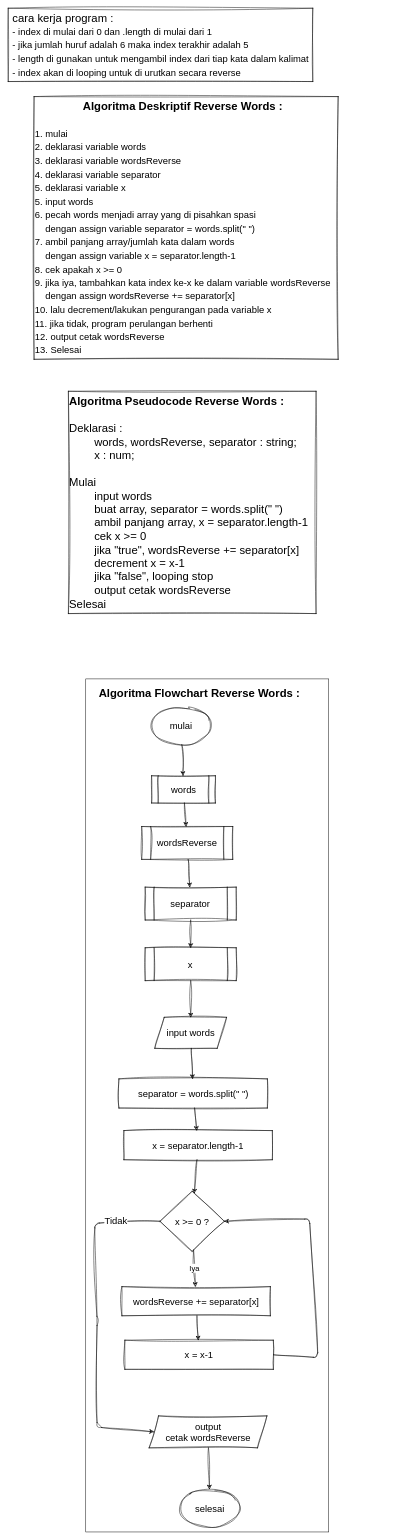
Above: page "reverse words" (2 of 2) of 6-palindrom-reverse-word.drawio in xel26/fwg17-computer-science (draw.io), before the change. Source tidied: cells renumbered, new cells numbered last; positions are measured from the earlier drawing's top-left corner, leaving out a move shared by most shapes. Both pictures are drawn from the tidied source at 47%, with x=0, y=0 at pixel (8, 8).
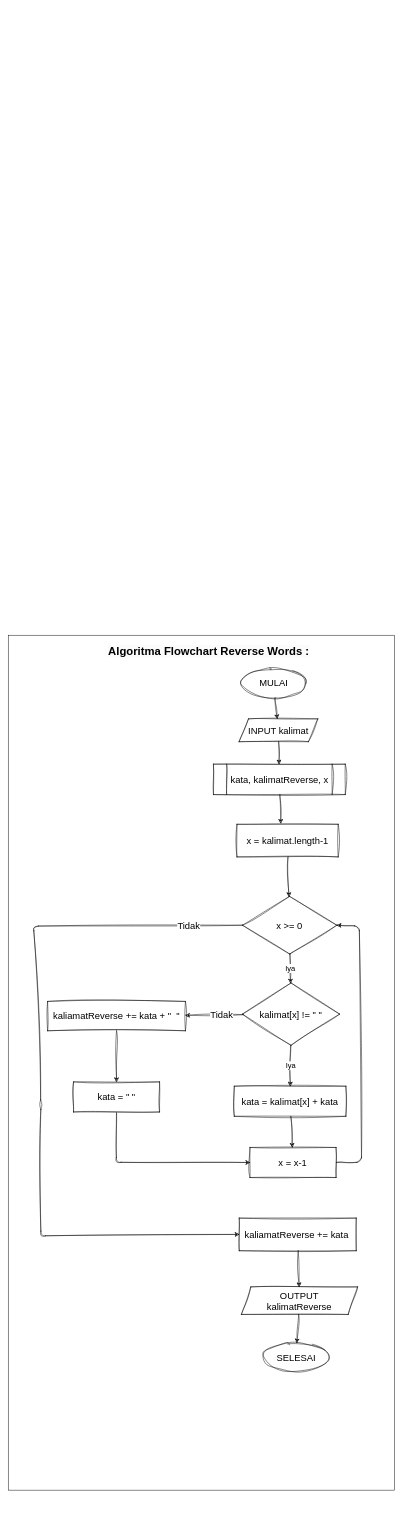
The same page after the edit.

The edit, as a diff of the source:
```diff
@@
-    <mxCell id="2" value="&lt;div style=&quot;text-align: center;&quot;&gt;&lt;b style=&quot;background-color: initial;&quot;&gt;Algoritma Deskriptif Reverse Words :&lt;/b&gt;&lt;/div&gt;&lt;div style=&quot;text-align: center;&quot;&gt;&lt;br&gt;&lt;/div&gt;&lt;font style=&quot;font-size: 20px;&quot;&gt;1. mulai&lt;br&gt;2. deklarasi variable words&lt;br&gt;3. deklarasi variable wordsReverse&lt;br&gt;4. deklarasi variable separator&lt;br&gt;5. deklarasi variable x&lt;br&gt;5. input words&lt;br&gt;6. pecah words menjadi array yang di pisahkan spasi&lt;br&gt;&amp;nbsp; &amp;nbsp; dengan assign variable separator = words.split(&quot; &quot;)&lt;br&gt;7. ambil panjang array/jumlah kata dalam words&lt;br&gt;&amp;nbsp; &amp;nbsp; dengan assign variable x = separator.length-1&lt;br&gt;8. cek apakah x &amp;gt;= 0&lt;br&gt;9. jika iya, tambahkan kata index ke-x ke dalam variable wordsReverse&lt;br&gt;&amp;nbsp; &amp;nbsp; dengan assign wordsReverse += separator[x]&lt;br&gt;10. lalu decrement/lakukan pengurangan pada variable x&lt;br&gt;11. jika tidak, program perulangan berhenti&lt;br&gt;12. output cetak wordsReverse&lt;br&gt;13. Selesai&lt;/font&gt;" style="text;html=1;align=left;verticalAlign=middle;strokeColor=default;fillColor=none;fontSize=24;fontFamily=Helvetica;sketch=1;hachureGap=4;jiggle=2;curveFitting=1;perimeterSpacing=0;strokeWidth=1;" parent="1" vertex="1">
-      <mxGeometry x="55" y="188" width="647" height="559" as="geometry" />
-    </mxCell>
-    <mxCell id="3" value="&lt;font style=&quot;font-size: 24px;&quot; face=&quot;Helvetica&quot;&gt;&lt;b&gt;Algoritma Pseudocode Reverse Words :&lt;br&gt;&lt;/b&gt;&lt;br&gt;Deklarasi :&lt;br&gt;&lt;span style=&quot;white-space: pre;&quot;&gt;&#9;&lt;/span&gt;words, wordsReverse, separator : string;&lt;br&gt;&lt;span style=&quot;white-space: pre;&quot;&gt;&#9;&lt;/span&gt;x : num;&lt;br&gt;&lt;br&gt;Mulai&lt;br&gt;&lt;span style=&quot;white-space: pre;&quot;&gt;&#9;&lt;/span&gt;input words&lt;br&gt;&lt;span style=&quot;white-space: pre;&quot;&gt;&#9;&lt;/span&gt;buat array, separator = words.split(&quot; &quot;)&lt;br&gt;&lt;span style=&quot;white-space: pre;&quot;&gt;&#9;&lt;/span&gt;ambil panjang array, x = separator.length-1&lt;br&gt;&lt;span style=&quot;white-space: pre;&quot;&gt;&#9;&lt;/span&gt;cek x &amp;gt;= 0&lt;br&gt;&lt;span style=&quot;white-space: pre;&quot;&gt;&#9;&lt;/span&gt;jika &quot;true&quot;, wordsReverse += separator[x]&lt;br&gt;&lt;span style=&quot;white-space: pre;&quot;&gt;&#9;&lt;/span&gt;decrement x = x-1&lt;br&gt;&lt;span style=&quot;white-space: pre;&quot;&gt;&#9;&lt;/span&gt;jika &quot;false&quot;, looping stop&lt;br&gt;&lt;span style=&quot;white-space: pre;&quot;&gt;&#9;&lt;/span&gt;output cetak wordsReverse&lt;br&gt;Selesai&lt;br&gt;&lt;/font&gt;" style="text;html=1;align=left;verticalAlign=middle;strokeColor=default;fillColor=none;fontSize=20;fontFamily=Architects Daughter;sketch=1;hachureGap=4;jiggle=2;curveFitting=1;" parent="1" vertex="1">
-      <mxGeometry x="128" y="815" width="527" height="473" as="geometry" />
-    </mxCell>
-    <mxCell id="4" value="&lt;div style=&quot;text-align: left;&quot;&gt;&lt;span style=&quot;background-color: initial;&quot;&gt;cara kerja program :&lt;/span&gt;&lt;/div&gt;&lt;div style=&quot;text-align: left;&quot;&gt;&lt;span style=&quot;font-size: 20px; background-color: initial;&quot;&gt;- index di mulai dari 0 dan .length di mulai dari 1&lt;/span&gt;&lt;/div&gt;&lt;div style=&quot;text-align: left;&quot;&gt;&lt;span style=&quot;font-size: 20px;&quot;&gt;- jika jumlah huruf adalah 6 maka index terakhir adalah 5&lt;/span&gt;&lt;span style=&quot;font-size: 20px; background-color: initial;&quot;&gt;&lt;br&gt;&lt;/span&gt;&lt;/div&gt;&lt;span style=&quot;font-size: 20px; text-align: left;&quot;&gt;- length di gunakan untuk mengambil index dari tiap kata dalam kalimat&lt;/span&gt;&lt;br style=&quot;border-color: var(--border-color); font-size: 20px; text-align: left;&quot;&gt;&lt;div style=&quot;text-align: left;&quot;&gt;&lt;span style=&quot;font-size: 20px; background-color: initial;&quot;&gt;- index akan di looping untuk di urutkan secara reverse&lt;/span&gt;&lt;/div&gt;" style="text;html=1;align=center;verticalAlign=middle;strokeColor=default;fillColor=none;fontSize=24;fontFamily=Helvetica;sketch=1;hachureGap=4;jiggle=2;curveFitting=1;" parent="1" vertex="1">
-      <mxGeometry width="648" height="156" as="geometry" />
-    </mxCell>
-    <mxCell id="5" style="group;strokeColor=default;" parent="1" vertex="1">
-      <mxGeometry x="165" y="1427" width="517" height="1815" as="geometry" />
-    </mxCell>
+    <mxCell id="34" style="group;strokeColor=default;" parent="1" vertex="1">
+      <mxGeometry y="1334" width="822" height="1819" as="geometry" />
+    </mxCell>
+    <mxCell id="35" value="&lt;font face=&quot;Helvetica&quot;&gt;MULAI&lt;/font&gt;" style="ellipse;whiteSpace=wrap;html=1;sketch=1;hachureGap=4;jiggle=2;curveFitting=1;fontFamily=Architects Daughter;fontSize=20;" parent="34" vertex="1">
+      <mxGeometry x="494.7" y="70.9" width="140" height="62.4" as="geometry" />
+    </mxCell>
-    <mxCell id="6" value="&lt;b&gt;&lt;font style=&quot;font-size: 24px;&quot;&gt;Algoritma Flowchart Reverse Words :&lt;/font&gt;&lt;/b&gt;" style="text;html=1;align=left;verticalAlign=middle;strokeColor=none;fillColor=none;fontSize=20;fontFamily=Helvetica;sketch=1;hachureGap=4;jiggle=2;curveFitting=1;labelBorderColor=none;" parent="5" vertex="1">
-      <mxGeometry x="26" y="9" width="446" height="41" as="geometry" />
+    <mxCell id="6" value="&lt;b style=&quot;border-color: var(--border-color); color: rgb(0, 0, 0); font-family: Helvetica; font-size: 24px; font-style: normal; font-variant-ligatures: normal; font-variant-caps: normal; letter-spacing: normal; orphans: 2; text-align: left; text-indent: 0px; text-transform: none; widows: 2; word-spacing: 0px; -webkit-text-stroke-width: 0px; background-color: rgb(251, 251, 251); text-decoration-thickness: initial; text-decoration-style: initial; text-decoration-color: initial;&quot;&gt;Algoritma Flowchart Reverse Words :&lt;br style=&quot;border-color: var(--border-color);&quot;&gt;&lt;/b&gt;" style="text;whiteSpace=wrap;html=1;fontSize=20;fontFamily=Architects Daughter;" parent="34" vertex="1">
+      <mxGeometry x="211" y="14" width="476.6" height="32.4" as="geometry" />
     </mxCell>
-    <mxCell id="7" value="mulai" style="ellipse;whiteSpace=wrap;html=1;sketch=1;hachureGap=4;jiggle=2;curveFitting=1;fontFamily=Helvetica;fontSize=20;labelBorderColor=none;" parent="5" vertex="1">
-      <mxGeometry x="140" y="60" width="126.4" height="80" as="geometry" />
-    </mxCell>
-    <mxCell id="8" value="words" style="shape=process;whiteSpace=wrap;html=1;backgroundOutline=1;sketch=1;hachureGap=4;jiggle=2;curveFitting=1;fontFamily=Helvetica;fontSize=20;labelBorderColor=none;" parent="5" vertex="1">
-      <mxGeometry x="140" y="206" width="135.8" height="58" as="geometry" />
-    </mxCell>
-    <mxCell id="9" style="edgeStyle=none;sketch=1;hachureGap=4;jiggle=2;curveFitting=1;html=1;fontFamily=Helvetica;fontSize=16;labelBorderColor=none;" parent="5" edge="1" source="7" target="8">
-      <mxGeometry relative="1" as="geometry" />
-    </mxCell>
-    <mxCell id="10" value="wordsReverse" style="shape=process;whiteSpace=wrap;html=1;backgroundOutline=1;sketch=1;hachureGap=4;jiggle=2;curveFitting=1;fontFamily=Helvetica;fontSize=20;labelBorderColor=none;" parent="5" vertex="1">
-      <mxGeometry x="119" y="314" width="193.7" height="70" as="geometry" />
-    </mxCell>
-    <mxCell id="11" style="edgeStyle=none;sketch=1;hachureGap=4;jiggle=2;curveFitting=1;html=1;fontFamily=Helvetica;fontSize=16;labelBorderColor=none;" parent="5" edge="1" source="8" target="10">
-      <mxGeometry relative="1" as="geometry" />
-    </mxCell>
-    <mxCell id="12" value="separator" style="shape=process;whiteSpace=wrap;html=1;backgroundOutline=1;sketch=1;hachureGap=4;jiggle=2;curveFitting=1;fontFamily=Helvetica;fontSize=20;labelBorderColor=none;" parent="5" vertex="1">
-      <mxGeometry x="126.4" y="443" width="193.7" height="70" as="geometry" />
-    </mxCell>
-    <mxCell id="13" style="edgeStyle=none;sketch=1;hachureGap=4;jiggle=2;curveFitting=1;html=1;fontFamily=Helvetica;fontSize=16;labelBorderColor=none;" parent="5" edge="1" source="10" target="12">
-      <mxGeometry relative="1" as="geometry" />
-    </mxCell>
-    <mxCell id="14" value="x" style="shape=process;whiteSpace=wrap;html=1;backgroundOutline=1;sketch=1;hachureGap=4;jiggle=2;curveFitting=1;fontFamily=Helvetica;fontSize=20;labelBorderColor=none;" parent="5" vertex="1">
-      <mxGeometry x="126.4" y="572" width="193.7" height="70" as="geometry" />
-    </mxCell>
-    <mxCell id="15" style="edgeStyle=none;sketch=1;hachureGap=4;jiggle=2;curveFitting=1;html=1;fontFamily=Helvetica;fontSize=16;labelBorderColor=none;" parent="5" edge="1" source="12" target="14">
-      <mxGeometry relative="1" as="geometry" />
-    </mxCell>
-    <mxCell id="16" value="input words" style="shape=parallelogram;perimeter=parallelogramPerimeter;whiteSpace=wrap;html=1;fixedSize=1;sketch=1;hachureGap=4;jiggle=2;curveFitting=1;fontFamily=Helvetica;fontSize=20;labelBorderColor=none;" parent="5" vertex="1">
-      <mxGeometry x="146.9" y="720" width="152.7" height="66" as="geometry" />
-    </mxCell>
-    <mxCell id="17" style="edgeStyle=none;sketch=1;hachureGap=4;jiggle=2;curveFitting=1;html=1;fontFamily=Helvetica;fontSize=16;labelBorderColor=none;" parent="5" edge="1" source="14" target="16">
-      <mxGeometry relative="1" as="geometry" />
-    </mxCell>
-    <mxCell id="18" value="separator = words.split(&quot; &quot;)" style="rounded=0;whiteSpace=wrap;html=1;sketch=1;hachureGap=4;jiggle=2;curveFitting=1;fontFamily=Helvetica;fontSize=20;labelBorderColor=none;" parent="5" vertex="1">
-      <mxGeometry x="70.5" y="851" width="315.9" height="62" as="geometry" />
-    </mxCell>
-    <mxCell id="19" style="edgeStyle=none;sketch=1;hachureGap=4;jiggle=2;curveFitting=1;html=1;fontFamily=Helvetica;fontSize=16;labelBorderColor=none;" parent="5" edge="1" source="16" target="18">
-      <mxGeometry relative="1" as="geometry" />
-    </mxCell>
-    <mxCell id="20" value="x = separator.length-1" style="rounded=0;whiteSpace=wrap;html=1;sketch=1;hachureGap=4;jiggle=2;curveFitting=1;fontFamily=Helvetica;fontSize=20;labelBorderColor=none;" parent="5" vertex="1">
-      <mxGeometry x="81.1" y="961" width="315.9" height="62" as="geometry" />
-    </mxCell>
-    <mxCell id="21" style="edgeStyle=none;sketch=1;hachureGap=4;jiggle=2;curveFitting=1;html=1;fontFamily=Helvetica;fontSize=16;labelBorderColor=none;" parent="5" edge="1" source="18" target="20">
-      <mxGeometry relative="1" as="geometry" />
-    </mxCell>
-    <mxCell id="22" value="x &amp;gt;= 0 ?" style="rhombus;whiteSpace=wrap;html=1;sketch=1;hachureGap=4;jiggle=2;curveFitting=1;fontFamily=Helvetica;fontSize=20;labelBorderColor=none;" parent="5" vertex="1">
-      <mxGeometry x="157.9" y="1090" width="136.9" height="128" as="geometry" />
-    </mxCell>
-    <mxCell id="23" style="edgeStyle=none;sketch=1;hachureGap=4;jiggle=2;curveFitting=1;html=1;fontFamily=Helvetica;fontSize=16;labelBorderColor=none;" parent="5" edge="1" source="20" target="22">
-      <mxGeometry relative="1" as="geometry" />
-    </mxCell>
-    <mxCell id="24" value="&lt;span style=&quot;text-align: left;&quot;&gt;wordsReverse += separator[x]&lt;/span&gt;" style="rounded=0;whiteSpace=wrap;html=1;sketch=1;hachureGap=4;jiggle=2;curveFitting=1;fontFamily=Helvetica;fontSize=20;labelBorderColor=none;" parent="5" vertex="1">
-      <mxGeometry x="76.9" y="1293" width="315.9" height="62" as="geometry" />
-    </mxCell>
-    <mxCell id="25" value="Iya" style="edgeStyle=none;sketch=1;hachureGap=4;jiggle=2;curveFitting=1;html=1;fontFamily=Helvetica;fontSize=16;labelBorderColor=none;" parent="5" edge="1" source="22" target="24">
-      <mxGeometry relative="1" as="geometry" />
-    </mxCell>
-    <mxCell id="26" style="edgeStyle=none;sketch=1;hachureGap=4;jiggle=2;curveFitting=1;html=1;exitX=1;exitY=0.5;exitDx=0;exitDy=0;entryX=1;entryY=0.5;entryDx=0;entryDy=0;fontFamily=Helvetica;fontSize=16;labelBorderColor=none;" parent="5" edge="1" source="27" target="22">
-      <mxGeometry relative="1" as="geometry">
-        <Array as="points">
-          <mxPoint x="494" y="1444" />
-          <mxPoint x="476" y="1149" />
-        </Array>
-      </mxGeometry>
-    </mxCell>
+    <mxCell id="36" value="INPUT kalimat" style="shape=parallelogram;perimeter=parallelogramPerimeter;whiteSpace=wrap;html=1;fixedSize=1;sketch=1;hachureGap=4;jiggle=2;curveFitting=1;fontFamily=Helvetica;fontSize=20;" parent="34" vertex="1">
+      <mxGeometry x="491.2" y="178" width="167.5" height="48.6" as="geometry" />
+    </mxCell>
+    <mxCell id="37" style="edgeStyle=none;sketch=1;hachureGap=4;jiggle=2;curveFitting=1;html=1;fontFamily=Helvetica;fontSize=16;" parent="34" edge="1" source="35" target="36">
+      <mxGeometry relative="1" as="geometry" />
+    </mxCell>
+    <mxCell id="38" value="kata, kalimatReverse, x" style="shape=process;whiteSpace=wrap;html=1;backgroundOutline=1;sketch=1;hachureGap=4;jiggle=2;curveFitting=1;fontFamily=Helvetica;fontSize=20;" parent="34" vertex="1">
+      <mxGeometry x="436.6" y="274.4" width="280.5" height="64.7" as="geometry" />
+    </mxCell>
+    <mxCell id="39" style="edgeStyle=none;sketch=1;hachureGap=4;jiggle=2;curveFitting=1;html=1;fontFamily=Helvetica;fontSize=16;" parent="34" edge="1" source="36" target="38">
+      <mxGeometry relative="1" as="geometry" />
+    </mxCell>
+    <mxCell id="40" style="edgeStyle=none;sketch=1;hachureGap=4;jiggle=2;curveFitting=1;html=1;fontFamily=Helvetica;fontSize=16;entryX=0.433;entryY=-0.023;entryDx=0;entryDy=0;entryPerimeter=0;" parent="34" edge="1" source="38" target="41">
+      <mxGeometry relative="1" as="geometry" />
+    </mxCell>
+    <mxCell id="41" value="x = kalimat.length-1" style="rounded=0;whiteSpace=wrap;html=1;sketch=1;hachureGap=4;jiggle=2;curveFitting=1;fontFamily=Helvetica;fontSize=20;" parent="34" vertex="1">
+      <mxGeometry x="486.7" y="402.3" width="215.4" height="69.4" as="geometry" />
+    </mxCell>
+    <mxCell id="42" value="x &amp;gt;= 0" style="rhombus;whiteSpace=wrap;html=1;sketch=1;hachureGap=4;jiggle=2;curveFitting=1;fontFamily=Helvetica;fontSize=20;" parent="34" vertex="1">
+      <mxGeometry x="498.3" y="555.7" width="200.8" height="122.6" as="geometry" />
+    </mxCell>
+    <mxCell id="43" style="edgeStyle=none;sketch=1;hachureGap=4;jiggle=2;curveFitting=1;html=1;fontFamily=Helvetica;fontSize=16;" parent="34" edge="1" source="41" target="42">
+      <mxGeometry relative="1" as="geometry" />
+    </mxCell>
+    <mxCell id="44" value="kata = kalimat[x] + kata" style="rounded=0;whiteSpace=wrap;html=1;sketch=1;hachureGap=4;jiggle=2;curveFitting=1;fontFamily=Helvetica;fontSize=20;" parent="34" vertex="1">
+      <mxGeometry x="481" y="959.6" width="237.4" height="64" as="geometry" />
+    </mxCell>
+    <mxCell id="45" value="Iya" style="edgeStyle=none;sketch=1;hachureGap=4;jiggle=2;curveFitting=1;html=1;fontFamily=Helvetica;fontSize=16;" parent="34" edge="1" source="46" target="44">
+      <mxGeometry relative="1" as="geometry" />
+    </mxCell>
+    <mxCell id="46" value="kalimat[x] != &quot; &quot;" style="rhombus;whiteSpace=wrap;html=1;sketch=1;hachureGap=4;jiggle=2;curveFitting=1;fontFamily=Helvetica;fontSize=20;" parent="34" vertex="1">
+      <mxGeometry x="498.3" y="739.9" width="206.9" height="132.6" as="geometry" />
+    </mxCell>
+    <mxCell id="47" value="Iya" style="edgeStyle=none;sketch=1;hachureGap=4;jiggle=2;curveFitting=1;html=1;fontFamily=Helvetica;fontSize=16;" parent="34" edge="1" source="42" target="46">
+      <mxGeometry relative="1" as="geometry" />
+    </mxCell>
+    <mxCell id="48" style="edgeStyle=none;sketch=1;hachureGap=4;jiggle=2;curveFitting=1;html=1;entryX=1;entryY=0.5;entryDx=0;entryDy=0;fontFamily=Helvetica;fontSize=16;exitX=1;exitY=0.5;exitDx=0;exitDy=0;" parent="34" edge="1" source="27" target="42">
+      <mxGeometry relative="1" as="geometry">
+        <Array as="points">
+          <mxPoint x="751.8" y="1121.5" />
+          <mxPoint x="747" y="618.9" />
+        </Array>
+      </mxGeometry>
+    </mxCell>
-    <mxCell id="27" value="&lt;span style=&quot;text-align: left;&quot;&gt;x = x-1&lt;/span&gt;" style="rounded=0;whiteSpace=wrap;html=1;sketch=1;hachureGap=4;jiggle=2;curveFitting=1;fontFamily=Helvetica;fontSize=20;labelBorderColor=none;" parent="5" vertex="1">
-      <mxGeometry x="83.2" y="1407" width="315.9" height="62" as="geometry" />
+    <mxCell id="27" value="x = x-1" style="rounded=0;whiteSpace=wrap;html=1;sketch=1;hachureGap=4;jiggle=2;curveFitting=1;fontFamily=Helvetica;fontSize=20;" parent="34" vertex="1">
+      <mxGeometry x="514.4" y="1089.9" width="183.1" height="64" as="geometry" />
     </mxCell>
-    <mxCell id="28" style="edgeStyle=none;sketch=1;hachureGap=4;jiggle=2;curveFitting=1;html=1;fontFamily=Helvetica;fontSize=16;labelBorderColor=none;" parent="5" edge="1" source="24" target="27">
-      <mxGeometry relative="1" as="geometry" />
-    </mxCell>
-    <mxCell id="29" value="output&lt;br&gt;cetak wordsReverse" style="shape=parallelogram;perimeter=parallelogramPerimeter;whiteSpace=wrap;html=1;fixedSize=1;sketch=1;hachureGap=4;jiggle=2;curveFitting=1;fontFamily=Helvetica;fontSize=20;labelBorderColor=none;" parent="5" vertex="1">
-      <mxGeometry x="134.8" y="1568" width="250.6" height="68" as="geometry" />
-    </mxCell>
-    <mxCell id="30" style="edgeStyle=none;sketch=1;hachureGap=4;jiggle=2;curveFitting=1;html=1;exitX=0;exitY=0.5;exitDx=0;exitDy=0;entryX=0;entryY=0.5;entryDx=0;entryDy=0;fontFamily=Helvetica;fontSize=16;labelBorderColor=none;" parent="5" edge="1" source="22" target="29">
-      <mxGeometry relative="1" as="geometry">
-        <Array as="points">
-          <mxPoint x="19" y="1158" />
-          <mxPoint x="24" y="1366" />
-          <mxPoint x="24" y="1592" />
-        </Array>
-      </mxGeometry>
-    </mxCell>
-    <mxCell id="31" value="Tidak" style="edgeLabel;html=1;align=center;verticalAlign=middle;fontSize=20;fontFamily=Helvetica;labelBorderColor=none;" parent="30" vertex="1">
-      <mxGeometry x="-0.73" y="-4" relative="1" as="geometry" />
-    </mxCell>
-    <mxCell id="32" value="selesai" style="ellipse;whiteSpace=wrap;html=1;sketch=1;hachureGap=4;jiggle=2;curveFitting=1;fontFamily=Helvetica;fontSize=20;labelBorderColor=none;" parent="5" vertex="1">
-      <mxGeometry x="201" y="1724" width="126.4" height="80" as="geometry" />
-    </mxCell>
-    <mxCell id="33" style="edgeStyle=none;sketch=1;hachureGap=4;jiggle=2;curveFitting=1;html=1;fontFamily=Helvetica;fontSize=16;labelBorderColor=none;" parent="5" edge="1" source="29" target="32">
-      <mxGeometry relative="1" as="geometry" />
-    </mxCell>
+    <mxCell id="49" style="edgeStyle=none;sketch=1;hachureGap=4;jiggle=2;curveFitting=1;html=1;fontFamily=Helvetica;fontSize=16;" parent="34" edge="1" source="44" target="27">
+      <mxGeometry relative="1" as="geometry" />
+    </mxCell>
+    <mxCell id="50" value="kaliamatReverse += kata + &quot;&amp;nbsp; &quot;" style="rounded=0;whiteSpace=wrap;html=1;sketch=1;hachureGap=4;jiggle=2;curveFitting=1;fontFamily=Helvetica;fontSize=20;" parent="34" vertex="1">
+      <mxGeometry x="83.8" y="779.2" width="293.3" height="62.4" as="geometry" />
+    </mxCell>
+    <mxCell id="51" style="edgeStyle=none;sketch=1;hachureGap=4;jiggle=2;curveFitting=1;html=1;fontFamily=Helvetica;fontSize=16;" parent="34" edge="1" source="46" target="50">
+      <mxGeometry relative="1" as="geometry" />
+    </mxCell>
+    <mxCell id="52" value="Tidak" style="edgeLabel;html=1;align=center;verticalAlign=middle;fontSize=20;fontFamily=Helvetica;" parent="51" vertex="1">
+      <mxGeometry x="-0.23" y="-1" relative="1" as="geometry" />
+    </mxCell>
+    <mxCell id="53" style="edgeStyle=none;sketch=1;hachureGap=4;jiggle=2;curveFitting=1;html=1;entryX=0;entryY=0.5;entryDx=0;entryDy=0;fontFamily=Helvetica;fontSize=16;" parent="34" edge="1" source="54" target="27">
+      <mxGeometry relative="1" as="geometry">
+        <Array as="points">
+          <mxPoint x="230" y="1121.5" />
+        </Array>
+      </mxGeometry>
+    </mxCell>
+    <mxCell id="54" value="kata = &quot; &quot;" style="rounded=0;whiteSpace=wrap;html=1;sketch=1;hachureGap=4;jiggle=2;curveFitting=1;fontFamily=Helvetica;fontSize=20;" parent="34" vertex="1">
+      <mxGeometry x="138.9" y="950.4" width="183.1" height="64" as="geometry" />
+    </mxCell>
+    <mxCell id="55" style="edgeStyle=none;sketch=1;hachureGap=4;jiggle=2;curveFitting=1;html=1;exitX=0.5;exitY=1;exitDx=0;exitDy=0;entryX=0.5;entryY=0;entryDx=0;entryDy=0;fontFamily=Helvetica;fontSize=16;" parent="34" edge="1" source="50" target="54">
+      <mxGeometry relative="1" as="geometry" />
+    </mxCell>
+    <mxCell id="56" value="kaliamatReverse += kata&amp;nbsp;" style="rounded=0;whiteSpace=wrap;html=1;sketch=1;hachureGap=4;jiggle=2;curveFitting=1;fontFamily=Helvetica;fontSize=20;" parent="34" vertex="1">
+      <mxGeometry x="491.5" y="1240.2" width="249" height="69.4" as="geometry" />
+    </mxCell>
+    <mxCell id="57" value="OUTPUT&lt;br&gt;kalimatReverse" style="shape=parallelogram;perimeter=parallelogramPerimeter;whiteSpace=wrap;html=1;fixedSize=1;sketch=1;hachureGap=4;jiggle=2;curveFitting=1;fontFamily=Helvetica;fontSize=20;" parent="34" vertex="1">
+      <mxGeometry x="496.1" y="1386.6" width="247.3" height="58.6" as="geometry" />
+    </mxCell>
+    <mxCell id="58" style="edgeStyle=none;sketch=1;hachureGap=4;jiggle=2;curveFitting=1;html=1;exitX=0;exitY=0.5;exitDx=0;exitDy=0;entryX=0;entryY=0.5;entryDx=0;entryDy=0;fontFamily=Helvetica;fontSize=16;" parent="34" edge="1" source="42" target="56">
+      <mxGeometry relative="1" as="geometry">
+        <Array as="points">
+          <mxPoint x="54" y="618.9" />
+          <mxPoint x="69.4" y="998.9" />
+          <mxPoint x="69.4" y="1277.9" />
+        </Array>
+      </mxGeometry>
+    </mxCell>
+    <mxCell id="59" value="Tidak" style="edgeLabel;html=1;align=center;verticalAlign=middle;fontSize=20;fontFamily=Helvetica;" parent="58" vertex="1">
+      <mxGeometry x="-0.85" relative="1" as="geometry">
+        <mxPoint x="-1" as="offset" />
+      </mxGeometry>
+    </mxCell>
+    <mxCell id="60" style="edgeStyle=none;sketch=1;hachureGap=4;jiggle=2;curveFitting=1;html=1;fontFamily=Helvetica;fontSize=16;" parent="34" edge="1" source="56" target="57">
+      <mxGeometry relative="1" as="geometry" />
+    </mxCell>
+    <mxCell id="61" value="SELESAI" style="ellipse;whiteSpace=wrap;html=1;sketch=1;hachureGap=4;jiggle=2;curveFitting=1;fontFamily=Helvetica;fontSize=20;" parent="34" vertex="1">
+      <mxGeometry x="542.5" y="1506.1" width="139.8" height="60.1" as="geometry" />
+    </mxCell>
+    <mxCell id="62" style="edgeStyle=none;sketch=1;hachureGap=4;jiggle=2;curveFitting=1;html=1;fontFamily=Helvetica;fontSize=16;" parent="34" edge="1" source="57" target="61">
+      <mxGeometry relative="1" as="geometry" />
+    </mxCell>
```
